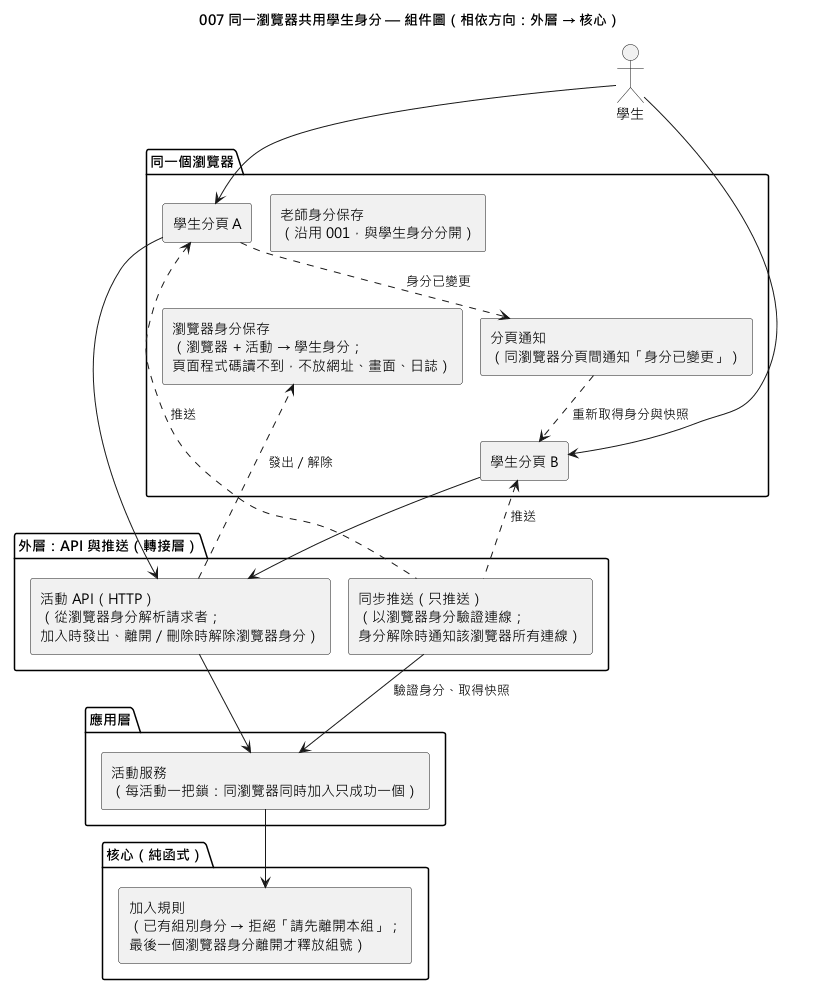
Before: diagrams/007-browser-identity-sync-component.png, a diagram exported from PlantUML (EricC430/lecture-answer-first_group16_speckit).
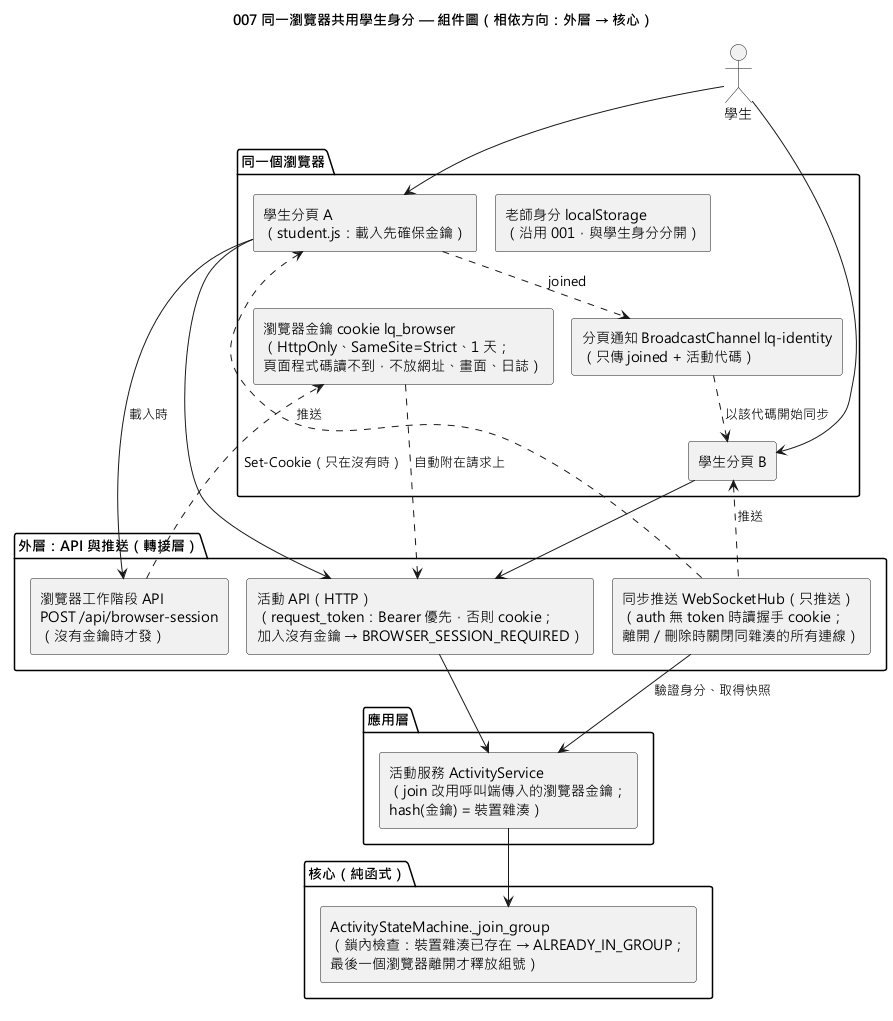
Above is the later version.

What changed in the source:
```diff
@@ -7,33 +7,36 @@
 actor "學生" as Student
 
 package "同一個瀏覽器" {
-  [學生分頁 A] as TabA
+  [學生分頁 A\n（student.js：載入先確保金鑰）] as TabA
   [學生分頁 B] as TabB
-  [瀏覽器身分保存\n（瀏覽器 + 活動 → 學生身分；\n頁面程式碼讀不到，不放網址、畫面、日誌）] as Store
-  [分頁通知\n（同瀏覽器分頁間通知「身分已變更」）] as TabBus
-  [老師身分保存\n（沿用 001，與學生身分分開）] as TeacherStore
+  [瀏覽器金鑰 cookie lq_browser\n（HttpOnly、SameSite=Strict、1 天；\n頁面程式碼讀不到，不放網址、畫面、日誌）] as Store
+  [分頁通知 BroadcastChannel lq-identity\n（只傳 joined + 活動代碼）] as TabBus
+  [老師身分 localStorage\n（沿用 001，與學生身分分開）] as TeacherStore
 }
 
 package "外層：API 與推送（轉接層）" {
-  [活動 API（HTTP）\n（從瀏覽器身分解析請求者；\n加入時發出、離開／刪除時解除瀏覽器身分）] as Api
-  [同步推送（只推送）\n（以瀏覽器身分驗證連線；\n身分解除時通知該瀏覽器所有連線）] as Sync
+  [瀏覽器工作階段 API\nPOST /api/browser-session\n（沒有金鑰時才發）] as SessionApi
+  [活動 API（HTTP）\n（request_token：Bearer 優先，否則 cookie；\n加入沒有金鑰 → BROWSER_SESSION_REQUIRED）] as Api
+  [同步推送 WebSocketHub（只推送）\n（auth 無 token 時讀握手 cookie；\n離開／刪除時關閉同雜湊的所有連線）] as Sync
 }
 
 package "應用層" {
-  [活動服務\n（每活動一把鎖：同瀏覽器同時加入只成功一個）] as Service
+  [活動服務 ActivityService\n（join 改用呼叫端傳入的瀏覽器金鑰；\nhash(金鑰) = 裝置雜湊）] as Service
 }
 
 package "核心（純函式）" {
-  [加入規則\n（已有組別身分 → 拒絕「請先離開本組」；\n最後一個瀏覽器身分離開才釋放組號）] as Rules
+  [ActivityStateMachine._join_group\n（鎖內檢查：裝置雜湊已存在 → ALREADY_IN_GROUP；\n最後一個瀏覽器離開才釋放組號）] as Rules
 }
 
 Student --> TabA
 Student --> TabB
+TabA --> SessionApi : 載入時
+SessionApi ..> Store : Set-Cookie（只在沒有時）
+Store ..> Api : 自動附在請求上
 TabA --> Api
 TabB --> Api
-Api ..> Store : 發出／解除
-TabA ..> TabBus : 身分已變更
-TabBus ..> TabB : 重新取得身分與快照
+TabA ..> TabBus : joined
+TabBus ..> TabB : 以該代碼開始同步
 TabA <.. Sync : 推送
 TabB <.. Sync : 推送
 Api --> Service
```
